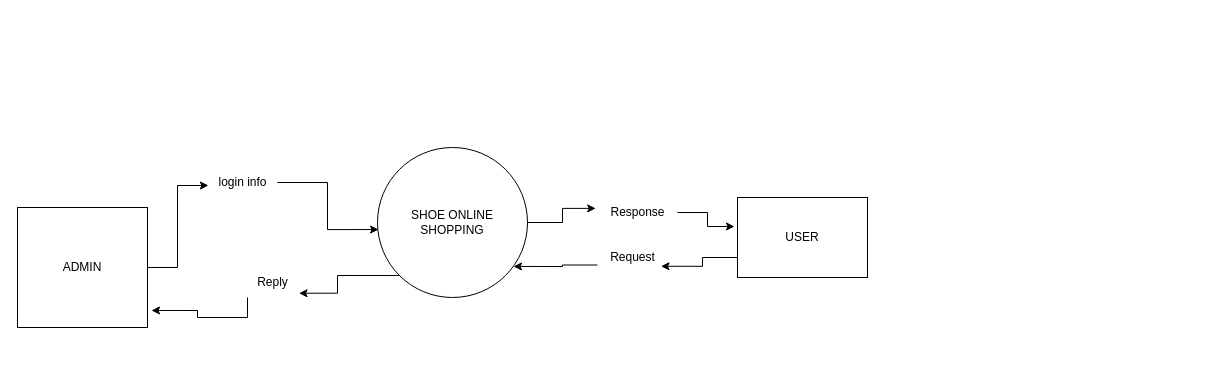
Earlier version of the draw.io diagram kossyl0.drawio (Chukwuebuka-2003/SE-DFD). Source tidied: cells renumbered, new cells numbered last; positions are measured from the earlier drawing's top-left corner, leaving out a move shared by most shapes. Both pictures are drawn from the tidied source at 100%, with x=0, y=0 at pixel (17, 147).
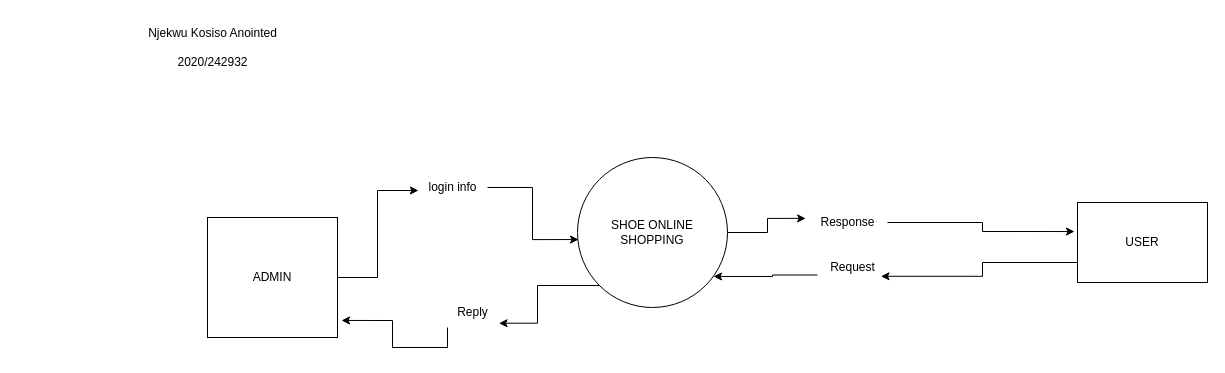
Above is the later version.

The edit, as a diff of the source:
```diff
@@
 <mxGraphModel>
   <root>
     <mxCell id="0" />
     <mxCell id="1" parent="0" />
     <mxCell id="2" value="SHOE ONLINE SHOPPING" style="shape=ellipse;html=1;dashed=0;whiteSpace=wrap;perimeter=ellipsePerimeter;" parent="1" vertex="1">
-      <mxGeometry x="360" width="150" height="150" as="geometry" />
+      <mxGeometry x="560" y="10" width="150" height="150" as="geometry" />
     </mxCell>
     <mxCell id="3" value="ADMIN" style="html=1;dashed=0;whiteSpace=wrap;" parent="1" vertex="1">
-      <mxGeometry y="60" width="130" height="120" as="geometry" />
+      <mxGeometry x="190" y="70" width="130" height="120" as="geometry" />
     </mxCell>
     <mxCell id="4" value="USER" style="html=1;dashed=0;whiteSpace=wrap;" parent="1" vertex="1">
-      <mxGeometry x="720" y="50" width="130" height="80" as="geometry" />
+      <mxGeometry x="1060" y="55" width="130" height="80" as="geometry" />
     </mxCell>
     <mxCell id="5" style="edgeStyle=orthogonalEdgeStyle;rounded=0;jettySize=auto;html=1;exitX=0;exitY=1;exitDx=0;exitDy=0;entryX=1.031;entryY=0.858;entryDx=0;entryDy=0;entryPerimeter=0;" parent="1" edge="1" source="16" target="3">
       <mxGeometry relative="1" as="geometry" />
     </mxCell>
     <mxCell id="6" style="edgeStyle=orthogonalEdgeStyle;rounded=0;jettySize=auto;html=1;exitX=1;exitY=0.5;exitDx=0;exitDy=0;entryX=-0.023;entryY=0.363;entryDx=0;entryDy=0;entryPerimeter=0;" parent="1" edge="1" source="9" target="4">
       <mxGeometry relative="1" as="geometry" />
     </mxCell>
     <mxCell id="7" style="edgeStyle=orthogonalEdgeStyle;rounded=0;jettySize=auto;html=1;exitX=0;exitY=0.75;exitDx=0;exitDy=0;entryX=0.907;entryY=0.793;entryDx=0;entryDy=0;entryPerimeter=0;" parent="1" edge="1" source="11" target="2">
       <mxGeometry relative="1" as="geometry" />
     </mxCell>
     <mxCell id="8" style="edgeStyle=orthogonalEdgeStyle;rounded=0;jettySize=auto;html=1;exitX=1;exitY=0.5;exitDx=0;exitDy=0;entryX=-0.023;entryY=0.363;entryDx=0;entryDy=0;entryPerimeter=0;" parent="1" edge="1" source="2" target="9">
       <mxGeometry relative="1" as="geometry" />
     </mxCell>
     <mxCell id="9" value="Response" style="text;html=1;align=center;verticalAlign=middle;points=[];strokeColor=none;fillColor=none;" parent="1" vertex="1">
-      <mxGeometry x="580" y="50" width="80" height="30" as="geometry" />
+      <mxGeometry x="790" y="60" width="80" height="30" as="geometry" />
     </mxCell>
     <mxCell id="10" style="edgeStyle=orthogonalEdgeStyle;rounded=0;jettySize=auto;html=1;exitX=0;exitY=0.75;exitDx=0;exitDy=0;entryX=0.907;entryY=0.793;entryDx=0;entryDy=0;entryPerimeter=0;" parent="1" edge="1" source="4" target="11">
       <mxGeometry relative="1" as="geometry" />
     </mxCell>
     <mxCell id="11" value="Request" style="text;html=1;align=center;verticalAlign=middle;points=[];strokeColor=none;fillColor=none;" parent="1" vertex="1">
-      <mxGeometry x="580" y="95" width="70" height="30" as="geometry" />
+      <mxGeometry x="800" y="105" width="70" height="30" as="geometry" />
     </mxCell>
     <mxCell id="12" style="edgeStyle=orthogonalEdgeStyle;rounded=0;jettySize=auto;html=1;exitX=1;exitY=0.5;exitDx=0;exitDy=0;entryX=0.013;entryY=0.6;entryDx=0;entryDy=0;entryPerimeter=0;" parent="1" edge="1" source="3" target="13">
       <mxGeometry relative="1" as="geometry" />
     </mxCell>
     <mxCell id="13" value="login info" style="text;html=1;align=center;verticalAlign=middle;points=[];strokeColor=none;fillColor=none;" parent="1" vertex="1">
-      <mxGeometry x="190" y="20" width="70" height="30" as="geometry" />
+      <mxGeometry x="400" y="25" width="70" height="30" as="geometry" />
     </mxCell>
     <mxCell id="14" style="edgeStyle=orthogonalEdgeStyle;rounded=0;jettySize=auto;html=1;entryX=0.007;entryY=0.547;entryDx=0;entryDy=0;entryPerimeter=0;" parent="1" edge="1" source="13" target="2">
       <mxGeometry relative="1" as="geometry" />
     </mxCell>
     <mxCell id="15" style="edgeStyle=orthogonalEdgeStyle;rounded=0;jettySize=auto;html=1;exitX=0;exitY=1;exitDx=0;exitDy=0;entryX=1.031;entryY=0.858;entryDx=0;entryDy=0;entryPerimeter=0;" parent="1" edge="1" source="2" target="16">
       <mxGeometry relative="1" as="geometry" />
     </mxCell>
     <mxCell id="16" value="Reply" style="text;html=1;align=center;verticalAlign=middle;points=[];strokeColor=none;fillColor=none;" parent="1" vertex="1">
-      <mxGeometry x="230" y="120" width="50" height="30" as="geometry" />
+      <mxGeometry x="430" y="150" width="50" height="30" as="geometry" />
     </mxCell>
+    <mxCell id="17" value="Njekwu Kosiso Anointed&lt;br&gt;&lt;br&gt;2020/242932" style="text;html=1;align=center;verticalAlign=middle;strokeColor=none;fillColor=none;" parent="1" vertex="1">
+      <mxGeometry x="120" y="-130" width="150" height="60" as="geometry" />
+    </mxCell>
   </root>
 </mxGraphModel>
```
